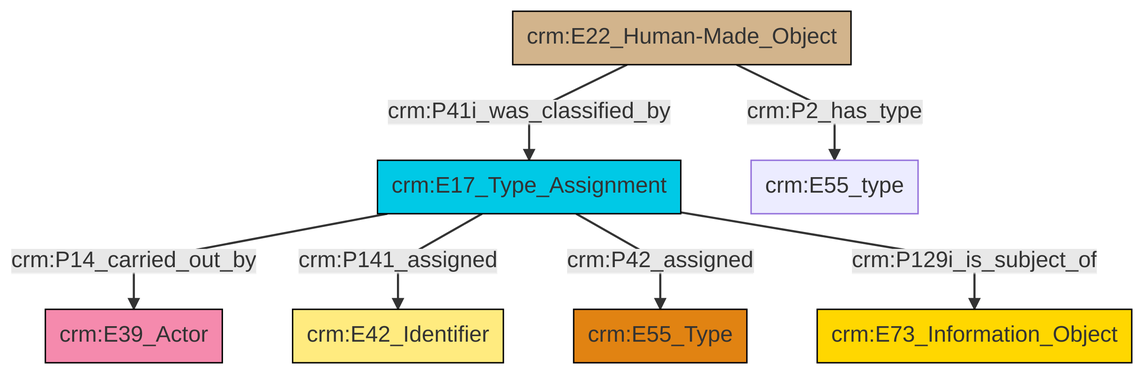
swiss-art-research-net/docs.swissartresearch keeps this Mermaid diagram as et/builtWorkCSV/ttl/mmd/png/Built_Work_designation_status.png. Above is the earlier version. Its source is kept beside it as et/builtWorkCSV/ttl/mmd/Built_Work_designation_status.ttl.mmd.
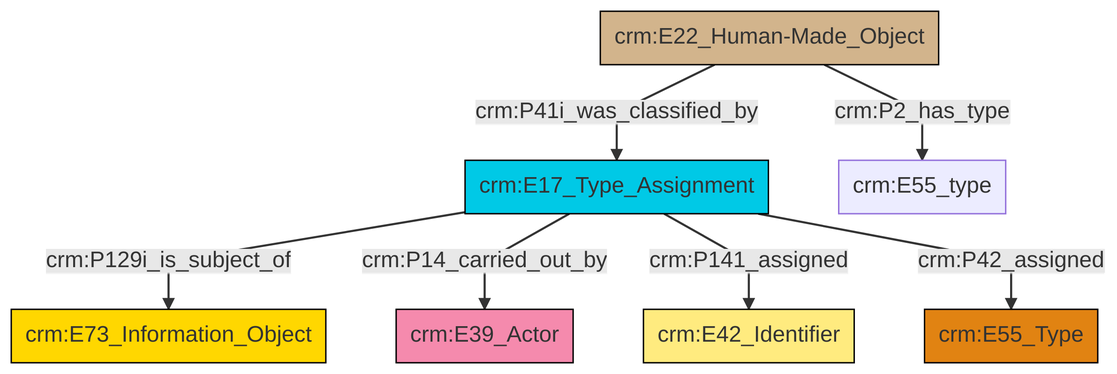
Later version of the same file.

Change to the diagram source:
```diff
@@ -13,9 +13,9 @@
 classDef PC_Classes fill:#4ce600, stroke:#000000;
 classDef Multi fill:#cccccc,stroke:#000000;
 
-2["crm:E22_Human-Made_Object"]:::Physical_Thing -->|crm:P2_has_type| 3["crm:E55_type"]:::Default
-0["crm:E17_Type_Assignment"]:::Temporal_Entity -->|crm:P14_carried_out_by| 4["crm:E39_Actor"]:::Actor
-2["crm:E22_Human-Made_Object"]:::Physical_Thing -->|crm:P41i_was_classified_by| 0["crm:E17_Type_Assignment"]:::Temporal_Entity
-0["crm:E17_Type_Assignment"]:::Temporal_Entity -->|crm:P141_assigned| 5["crm:E42_Identifier"]:::Appellation
-0["crm:E17_Type_Assignment"]:::Temporal_Entity -->|crm:P42_assigned| 11["crm:E55_Type"]:::Type
-0["crm:E17_Type_Assignment"]:::Temporal_Entity -->|crm:P129i_is_subject_of| 8["crm:E73_Information_Object"]:::Conceptual_Object
+2["crm:E17_Type_Assignment"]:::Temporal_Entity -->|crm:P129i_is_subject_of| 3["crm:E73_Information_Object"]:::Conceptual_Object
+2["crm:E17_Type_Assignment"]:::Temporal_Entity -->|crm:P14_carried_out_by| 0["crm:E39_Actor"]:::Actor
+2["crm:E17_Type_Assignment"]:::Temporal_Entity -->|crm:P141_assigned| 4["crm:E42_Identifier"]:::Appellation
+9["crm:E22_Human-Made_Object"]:::Physical_Thing -->|crm:P41i_was_classified_by| 2["crm:E17_Type_Assignment"]:::Temporal_Entity
+9["crm:E22_Human-Made_Object"]:::Physical_Thing -->|crm:P2_has_type| 11["crm:E55_type"]:::Default
+2["crm:E17_Type_Assignment"]:::Temporal_Entity -->|crm:P42_assigned| 6["crm:E55_Type"]:::Type
```
